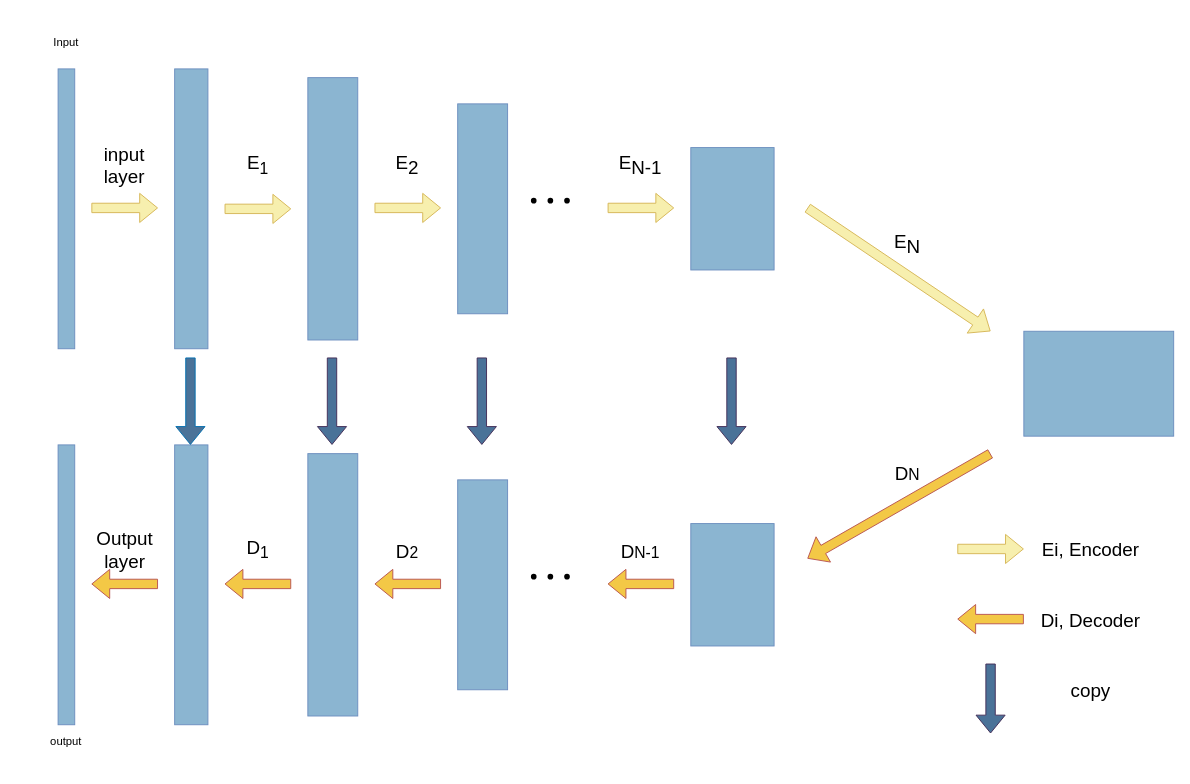
ppposition/Machine_Learn_discussion keeps this draw.io diagram as unet_simple.drawio. Above is the earlier version. Source tidied: cells renumbered, new cells numbered last; positions are measured from the earlier drawing's top-left corner, leaving out a move shared by most shapes. Both pictures are drawn from the tidied source at 94%, with x=0, y=0 at pixel (16, 16).
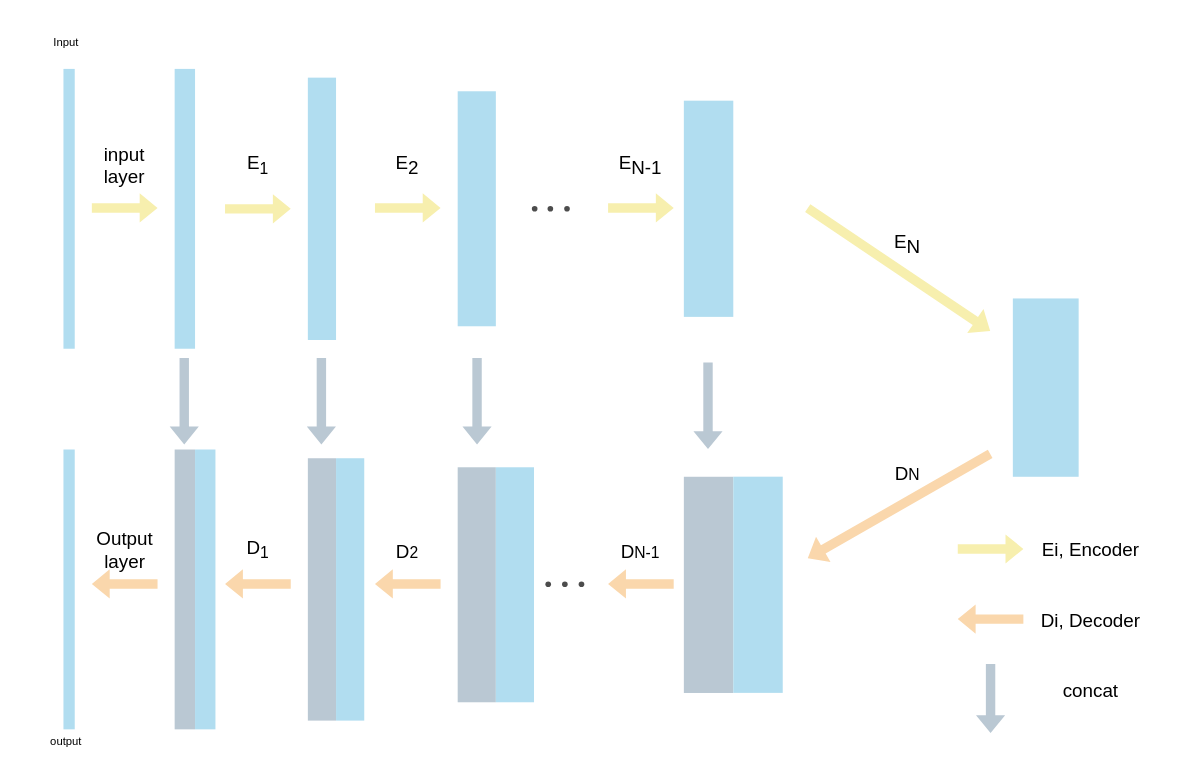
Above is the later version.

The edit, as a diff of the source:
```diff
@@
-    <mxCell id="2" style="rounded=0;whiteSpace=wrap;html=1;fillColor=#8BB5D1;strokeColor=#6c8ebf;" parent="1" vertex="1">
-      <mxGeometry x="168.3" y="55.8" width="35.4" height="297.7" as="geometry" />
+    <mxCell id="2" style="rounded=0;whiteSpace=wrap;html=1;fillColor=#b1ddf0;strokeColor=none;align=center;verticalAlign=middle;fontFamily=Helvetica;fontSize=12;fontColor=default;" parent="1" vertex="1">
+      <mxGeometry x="168.3" y="55.8" width="21.7" height="297.7" as="geometry" />
     </mxCell>
@@
-    <mxCell id="4" style="rounded=0;whiteSpace=wrap;html=1;fillColor=#8BB5D1;strokeColor=#6c8ebf;" parent="1" vertex="1">
-      <mxGeometry x="310" y="65.1" width="53.1" height="279.1" as="geometry" />
+    <mxCell id="4" style="rounded=0;whiteSpace=wrap;html=1;fillColor=#b1ddf0;strokeColor=none;align=center;verticalAlign=middle;fontFamily=Helvetica;fontSize=12;fontColor=default;" parent="1" vertex="1">
+      <mxGeometry x="310" y="65.1" width="30" height="279.1" as="geometry" />
     </mxCell>
-    <mxCell id="5" style="rounded=0;whiteSpace=wrap;html=1;fillColor=#8BB5D1;strokeColor=#6c8ebf;" parent="1" vertex="1">
-      <mxGeometry x="469.4" y="93" width="53.1" height="223.3" as="geometry" />
+    <mxCell id="5" style="rounded=0;whiteSpace=wrap;html=1;fillColor=#b1ddf0;strokeColor=none;" parent="1" vertex="1">
+      <mxGeometry x="469.4" y="79.6" width="40.6" height="250" as="geometry" />
     </mxCell>
-    <mxCell id="6" style="shape=flexArrow;endArrow=classic;html=1;rounded=0;fillColor=#F7EFAE;strokeColor=#d6b656;" parent="1" edge="1">
+    <mxCell id="6" style="shape=flexArrow;endArrow=classic;html=1;rounded=0;fillColor=#F7EFAE;strokeColor=none;" parent="1" edge="1">
       <mxGeometry relative="1" as="geometry">
         <mxPoint x="221.4" y="204.7" as="sourcePoint" />
         <mxPoint x="292.3" y="204.7" as="targetPoint" />
       </mxGeometry>
     </mxCell>
-    <mxCell id="7" style="shape=flexArrow;endArrow=classic;html=1;rounded=0;fillColor=#F7EFAE;strokeColor=#d6b656;" parent="1" edge="1">
+    <mxCell id="7" style="shape=flexArrow;endArrow=classic;html=1;rounded=0;fillColor=#F7EFAE;strokeColor=none;" parent="1" edge="1">
       <mxGeometry relative="1" as="geometry">
         <mxPoint x="380.9" y="203.7" as="sourcePoint" />
         <mxPoint x="451.7" y="203.7" as="targetPoint" />
       </mxGeometry>
     </mxCell>
-    <mxCell id="8" style="shape=waypoint;sketch=0;fillStyle=solid;size=6;fillColor=none;perimeter=centerPerimeter;" parent="1" vertex="1">
-      <mxGeometry x="575.7" y="186" width="20" height="20" as="geometry" />
+    <mxCell id="8" style="shape=waypoint;sketch=0;fillStyle=solid;size=6;fillColor=none;perimeter=centerPerimeter;opacity=70;strokeColor=default;align=center;verticalAlign=middle;fontFamily=Helvetica;fontSize=12;fontColor=default;" parent="1" vertex="1">
+      <mxGeometry x="575.7" y="194.6" width="20" height="20" as="geometry" />
     </mxCell>
-    <mxCell id="9" style="shape=waypoint;sketch=0;fillStyle=solid;size=6;fillColor=none;perimeter=centerPerimeter;" parent="1" vertex="1">
-      <mxGeometry x="558" y="186" width="20" height="20" as="geometry" />
+    <mxCell id="9" style="shape=waypoint;sketch=0;fillStyle=solid;size=6;fillColor=none;perimeter=centerPerimeter;opacity=70;strokeColor=default;align=center;verticalAlign=middle;fontFamily=Helvetica;fontSize=12;fontColor=default;" parent="1" vertex="1">
+      <mxGeometry x="558" y="194.6" width="20" height="20" as="geometry" />
     </mxCell>
-    <mxCell id="10" style="shape=waypoint;sketch=0;fillStyle=solid;size=6;fillColor=none;perimeter=centerPerimeter;" parent="1" vertex="1">
-      <mxGeometry x="540.3" y="186" width="20" height="20" as="geometry" />
+    <mxCell id="10" style="shape=waypoint;sketch=0;fillStyle=solid;size=6;fillColor=none;perimeter=centerPerimeter;opacity=70;" parent="1" vertex="1">
+      <mxGeometry x="541.3" y="194.6" width="20" height="20" as="geometry" />
     </mxCell>
-    <mxCell id="11" style="shape=flexArrow;endArrow=classic;html=1;rounded=0;fillColor=#F7EFAE;strokeColor=#d6b656;" parent="1" edge="1">
+    <mxCell id="11" style="shape=flexArrow;endArrow=classic;html=1;rounded=0;fillColor=#F7EFAE;strokeColor=none;" parent="1" edge="1">
       <mxGeometry relative="1" as="geometry">
         <mxPoint x="628.9" y="203.7" as="sourcePoint" />
         <mxPoint x="699.7" y="203.7" as="targetPoint" />
       </mxGeometry>
     </mxCell>
-    <mxCell id="12" style="rounded=0;whiteSpace=wrap;html=1;fillColor=#8BB5D1;strokeColor=#6c8ebf;" parent="1" vertex="1">
-      <mxGeometry x="717.4" y="139.5" width="88.6" height="130.2" as="geometry" />
+    <mxCell id="12" style="rounded=0;whiteSpace=wrap;html=1;fillColor=#b1ddf0;strokeColor=none;align=center;verticalAlign=middle;fontFamily=Helvetica;fontSize=12;fontColor=default;" parent="1" vertex="1">
+      <mxGeometry x="710" y="89.6" width="52.6" height="230" as="geometry" />
     </mxCell>
-    <mxCell id="13" style="shape=flexArrow;endArrow=classic;html=1;rounded=0;fillColor=#F7EFAE;strokeColor=#d6b656;" parent="1" edge="1">
+    <mxCell id="13" style="shape=flexArrow;endArrow=classic;html=1;rounded=0;fillColor=#F7EFAE;strokeColor=none;" parent="1" edge="1">
       <mxGeometry relative="1" as="geometry">
         <mxPoint x="841.4" y="203.7" as="sourcePoint" />
         <mxPoint x="1036.3" y="334.9" as="targetPoint" />
       </mxGeometry>
     </mxCell>
-    <mxCell id="14" style="rounded=0;whiteSpace=wrap;html=1;fillColor=#8BB5D1;strokeColor=#6c8ebf;" parent="1" vertex="1">
-      <mxGeometry x="1071.7" y="334.9" width="159.4" height="111.6" as="geometry" />
+    <mxCell id="14" style="rounded=0;whiteSpace=wrap;html=1;fillColor=#b1ddf0;strokeColor=none;align=center;verticalAlign=middle;fontFamily=Helvetica;fontSize=12;fontColor=default;gradientColor=none;" parent="1" vertex="1">
+      <mxGeometry x="1060" y="300" width="70" height="189.7" as="geometry" />
     </mxCell>
-    <mxCell id="15" style="shape=flexArrow;endArrow=classic;html=1;rounded=0;fillColor=#F3C846;strokeColor=#b85450;" parent="1" edge="1">
+    <mxCell id="15" style="shape=flexArrow;endArrow=classic;html=1;rounded=0;fillColor=#fad7ac;strokeColor=none;" parent="1" edge="1">
       <mxGeometry relative="1" as="geometry">
         <mxPoint x="1036.3" y="465.1" as="sourcePoint" />
         <mxPoint x="841.4" y="576.7" as="targetPoint" />
       </mxGeometry>
     </mxCell>
-    <mxCell id="16" style="rounded=0;whiteSpace=wrap;html=1;fillColor=#8BB5D1;strokeColor=#6c8ebf;" parent="1" vertex="1">
-      <mxGeometry x="717.4" y="539.5" width="88.6" height="130.2" as="geometry" />
-    </mxCell>
-    <mxCell id="17" style="rounded=0;whiteSpace=wrap;html=1;fillColor=#8BB5D1;strokeColor=#6c8ebf;" parent="1" vertex="1">
-      <mxGeometry x="469.4" y="493" width="53.1" height="223.3" as="geometry" />
-    </mxCell>
-    <mxCell id="18" style="rounded=0;whiteSpace=wrap;html=1;fillColor=#8BB5D1;strokeColor=#6c8ebf;" parent="1" vertex="1">
-      <mxGeometry x="310" y="465.1" width="53.1" height="279.1" as="geometry" />
-    </mxCell>
-    <mxCell id="19" style="rounded=0;whiteSpace=wrap;html=1;fillColor=#8BB5D1;strokeColor=#6c8ebf;" parent="1" vertex="1">
-      <mxGeometry x="168.3" y="455.8" width="35.4" height="297.7" as="geometry" />
-    </mxCell>
@@
-    <mxCell id="21" style="shape=flexArrow;endArrow=classic;html=1;rounded=0;fillColor=#F3C846;strokeColor=#b85450;" parent="1" edge="1">
+    <mxCell id="21" style="shape=flexArrow;endArrow=classic;html=1;rounded=0;fillColor=#fad7ac;strokeColor=none;align=center;verticalAlign=middle;fontFamily=Helvetica;fontSize=11;fontColor=default;labelBackgroundColor=default;" parent="1" edge="1">
       <mxGeometry relative="1" as="geometry">
         <mxPoint x="451.7" y="603.7" as="sourcePoint" />
         <mxPoint x="380.9" y="603.7" as="targetPoint" />
       </mxGeometry>
     </mxCell>
-    <mxCell id="22" style="shape=flexArrow;endArrow=classic;html=1;rounded=0;fillColor=#F3C846;strokeColor=#b85450;" parent="1" edge="1">
+    <mxCell id="22" style="shape=flexArrow;endArrow=classic;html=1;rounded=0;fillColor=#fad7ac;strokeColor=none;align=center;verticalAlign=middle;fontFamily=Helvetica;fontSize=11;fontColor=default;labelBackgroundColor=default;" parent="1" edge="1">
       <mxGeometry relative="1" as="geometry">
         <mxPoint x="292.3" y="603.7" as="sourcePoint" />
         <mxPoint x="221.4" y="603.7" as="targetPoint" />
       </mxGeometry>
     </mxCell>
-    <mxCell id="23" style="shape=waypoint;sketch=0;fillStyle=solid;size=6;fillColor=none;perimeter=centerPerimeter;" parent="1" vertex="1">
-      <mxGeometry x="575.7" y="586" width="20" height="20" as="geometry" />
+    <mxCell id="23" style="shape=waypoint;sketch=0;fillStyle=solid;size=6;fillColor=none;perimeter=centerPerimeter;opacity=70;strokeColor=default;align=center;verticalAlign=middle;fontFamily=Helvetica;fontSize=12;fontColor=default;" parent="1" vertex="1">
+      <mxGeometry x="591.1" y="594" width="20" height="20" as="geometry" />
     </mxCell>
-    <mxCell id="24" style="shape=waypoint;sketch=0;fillStyle=solid;size=6;fillColor=none;perimeter=centerPerimeter;" parent="1" vertex="1">
-      <mxGeometry x="558" y="586" width="20" height="20" as="geometry" />
+    <mxCell id="24" style="shape=waypoint;sketch=0;fillStyle=solid;size=6;fillColor=none;perimeter=centerPerimeter;opacity=70;strokeColor=default;align=center;verticalAlign=middle;fontFamily=Helvetica;fontSize=12;fontColor=default;" parent="1" vertex="1">
+      <mxGeometry x="573.4" y="594" width="20" height="20" as="geometry" />
     </mxCell>
-    <mxCell id="25" style="shape=waypoint;sketch=0;fillStyle=solid;size=6;fillColor=none;perimeter=centerPerimeter;" parent="1" vertex="1">
-      <mxGeometry x="540.3" y="586" width="20" height="20" as="geometry" />
+    <mxCell id="25" style="shape=waypoint;sketch=0;fillStyle=solid;size=6;fillColor=none;perimeter=centerPerimeter;opacity=70;strokeColor=default;align=center;verticalAlign=middle;fontFamily=Helvetica;fontSize=12;fontColor=default;" parent="1" vertex="1">
+      <mxGeometry x="555.7" y="594" width="20" height="20" as="geometry" />
     </mxCell>
-    <mxCell id="26" style="shape=flexArrow;endArrow=classic;html=1;rounded=0;fillColor=#F3C846;strokeColor=#b85450;" parent="1" edge="1">
+    <mxCell id="26" style="shape=flexArrow;endArrow=classic;html=1;rounded=0;fillColor=#fad7ac;strokeColor=none;align=center;verticalAlign=middle;fontFamily=Helvetica;fontSize=11;fontColor=default;labelBackgroundColor=default;" parent="1" edge="1">
       <mxGeometry relative="1" as="geometry">
         <mxPoint x="699.7" y="603.7" as="sourcePoint" />
         <mxPoint x="628.9" y="603.7" as="targetPoint" />
       </mxGeometry>
     </mxCell>
-    <mxCell id="27" style="shape=flexArrow;endArrow=classic;html=1;rounded=0;fillColor=#F3C846;strokeColor=#b85450;" parent="1" edge="1">
+    <mxCell id="27" style="shape=flexArrow;endArrow=classic;html=1;rounded=0;fillColor=#fad7ac;strokeColor=none;align=center;verticalAlign=middle;fontFamily=Helvetica;fontSize=11;fontColor=default;labelBackgroundColor=default;" parent="1" edge="1">
       <mxGeometry relative="1" as="geometry">
         <mxPoint x="150.6" y="603.7" as="sourcePoint" />
         <mxPoint x="79.7" y="603.7" as="targetPoint" />
       </mxGeometry>
     </mxCell>
-    <mxCell id="28" style="rounded=0;whiteSpace=wrap;html=1;fillColor=#8BB5D1;strokeColor=#6c8ebf;" parent="1" vertex="1">
-      <mxGeometry x="44.3" y="455.8" width="17.7" height="297.7" as="geometry" />
-    </mxCell>
-    <mxCell id="29" style="shape=flexArrow;endArrow=classic;html=1;rounded=0;fillColor=#4A7298;strokeColor=#432D57;" parent="1" edge="1">
+    <mxCell id="29" style="shape=flexArrow;endArrow=classic;html=1;rounded=0;fillColor=#bac8d3;strokeColor=none;" parent="1" edge="1">
       <mxGeometry relative="1" as="geometry">
-        <mxPoint x="760.7" y="362.8" as="sourcePoint" />
-        <mxPoint x="760.7" y="455.8" as="targetPoint" />
+        <mxPoint x="735.7" y="367.7" as="sourcePoint" />
+        <mxPoint x="735.7" y="460.7" as="targetPoint" />
       </mxGeometry>
     </mxCell>
-    <mxCell id="30" style="shape=flexArrow;endArrow=classic;html=1;rounded=0;fillColor=#4A7298;strokeColor=#432D57;" parent="1" edge="1">
+    <mxCell id="30" style="shape=flexArrow;endArrow=classic;html=1;rounded=0;fillColor=#bac8d3;strokeColor=none;align=center;verticalAlign=middle;fontFamily=Helvetica;fontSize=11;fontColor=default;labelBackgroundColor=default;gradientColor=none;" parent="1" edge="1">
       <mxGeometry relative="1" as="geometry">
-        <mxPoint x="335.7" y="362.8" as="sourcePoint" />
-        <mxPoint x="335.7" y="455.8" as="targetPoint" />
+        <mxPoint x="324.4" y="362.8" as="sourcePoint" />
+        <mxPoint x="324.4" y="455.8" as="targetPoint" />
       </mxGeometry>
     </mxCell>
-    <mxCell id="31" style="shape=flexArrow;endArrow=classic;html=1;rounded=0;fillColor=#4A7298;strokeColor=#006EAF;" parent="1" edge="1">
+    <mxCell id="31" style="shape=flexArrow;endArrow=classic;html=1;rounded=0;fillColor=#bac8d3;strokeColor=none;align=center;verticalAlign=middle;fontFamily=Helvetica;fontSize=11;fontColor=default;labelBackgroundColor=default;gradientColor=none;" parent="1" edge="1">
       <mxGeometry relative="1" as="geometry">
-        <mxPoint x="185.1" y="362.8" as="sourcePoint" />
-        <mxPoint x="185.1" y="455.8" as="targetPoint" />
+        <mxPoint x="178.5" y="362.8" as="sourcePoint" />
+        <mxPoint x="178.5" y="455.8" as="targetPoint" />
       </mxGeometry>
     </mxCell>
-    <mxCell id="32" style="shape=flexArrow;endArrow=classic;html=1;rounded=0;fillColor=#4A7298;strokeColor=#432D57;" parent="1" edge="1">
+    <mxCell id="32" style="shape=flexArrow;endArrow=classic;html=1;rounded=0;fillColor=#bac8d3;strokeColor=none;align=center;verticalAlign=middle;fontFamily=Helvetica;fontSize=11;fontColor=default;labelBackgroundColor=default;gradientColor=none;" parent="1" edge="1">
       <mxGeometry relative="1" as="geometry">
-        <mxPoint x="495.1" y="362.8" as="sourcePoint" />
-        <mxPoint x="495.1" y="455.8" as="targetPoint" />
+        <mxPoint x="490" y="362.8" as="sourcePoint" />
+        <mxPoint x="490" y="455.8" as="targetPoint" />
       </mxGeometry>
     </mxCell>
@@
-    <mxCell id="39" value="&lt;span style=&quot;font-size: 20px;&quot;&gt;&lt;span style=&quot;vertical-align: sub; font-size: 20px;&quot;&gt;D&lt;/span&gt;&lt;sub&gt;2&lt;/sub&gt;&lt;/span&gt;" style="text;html=1;align=center;verticalAlign=middle;whiteSpace=wrap;rounded=0;fontSize=20;" parent="1" vertex="1">
+    <mxCell id="39" value="&lt;span style=&quot;font-size: 20px;&quot;&gt;&lt;span style=&quot;vertical-align: sub; font-size: 20px;&quot;&gt;D&lt;/span&gt;&lt;sub&gt;2&lt;/sub&gt;&lt;/span&gt;" style="text;html=1;align=center;verticalAlign=middle;whiteSpace=wrap;rounded=0;fontSize=12;fontFamily=Helvetica;fontColor=default;" parent="1" vertex="1">
       <mxGeometry x="363.1" y="539.5" width="106.3" height="55.8" as="geometry" />
     </mxCell>
@@
-    <mxCell id="42" style="shape=flexArrow;endArrow=classic;html=1;rounded=0;fillColor=#F7EFAE;strokeColor=#d6b656;" parent="1" edge="1">
+    <mxCell id="42" style="shape=flexArrow;endArrow=classic;html=1;rounded=0;fillColor=#F7EFAE;strokeColor=none;" parent="1" edge="1">
       <mxGeometry relative="1" as="geometry">
         <mxPoint x="1000.9" y="566.5" as="sourcePoint" />
         <mxPoint x="1071.7" y="566.5" as="targetPoint" />
       </mxGeometry>
     </mxCell>
@@
-    <mxCell id="45" style="shape=flexArrow;endArrow=classic;html=1;rounded=0;fillColor=#F3C846;strokeColor=#b85450;" parent="1" edge="1">
+    <mxCell id="45" style="shape=flexArrow;endArrow=classic;html=1;rounded=0;fillColor=#fad7ac;strokeColor=none;align=center;verticalAlign=middle;fontFamily=Helvetica;fontSize=11;fontColor=default;labelBackgroundColor=default;" parent="1" edge="1">
       <mxGeometry relative="1" as="geometry">
         <mxPoint x="1071.7" y="641.1" as="sourcePoint" />
         <mxPoint x="1000.9" y="641.1" as="targetPoint" />
       </mxGeometry>
     </mxCell>
-    <mxCell id="46" style="shape=flexArrow;endArrow=classic;html=1;rounded=0;fillColor=#4A7298;strokeColor=#432D57;" parent="1" edge="1">
+    <mxCell id="46" style="shape=flexArrow;endArrow=classic;html=1;rounded=0;fillColor=#bac8d3;strokeColor=none;align=center;verticalAlign=middle;fontFamily=Helvetica;fontSize=11;fontColor=default;labelBackgroundColor=default;gradientColor=none;" parent="1" edge="1">
       <mxGeometry relative="1" as="geometry">
         <mxPoint x="1036.3" y="688.4" as="sourcePoint" />
         <mxPoint x="1036.3" y="762.8" as="targetPoint" />
       </mxGeometry>
     </mxCell>
-    <mxCell id="47" value="copy" style="text;html=1;align=center;verticalAlign=middle;whiteSpace=wrap;rounded=0;labelPosition=center;verticalLabelPosition=middle;fontSize=20;" parent="1" vertex="1">
+    <mxCell id="47" value="concat" style="text;html=1;align=center;verticalAlign=middle;whiteSpace=wrap;rounded=0;labelPosition=center;verticalLabelPosition=middle;fontSize=20;" parent="1" vertex="1">
       <mxGeometry x="1071.7" y="688.4" width="141.7" height="55.8" as="geometry" />
     </mxCell>
-    <mxCell id="48" style="rounded=0;whiteSpace=wrap;html=1;fillColor=#8BB5D1;strokeColor=#6c8ebf;" parent="1" vertex="1">
-      <mxGeometry x="44.3" y="55.8" width="17.7" height="297.7" as="geometry" />
+    <mxCell id="48" style="rounded=0;whiteSpace=wrap;html=1;fillColor=#b1ddf0;strokeColor=none;align=center;verticalAlign=middle;fontFamily=Helvetica;fontSize=12;fontColor=default;" parent="1" vertex="1">
+      <mxGeometry x="50" y="55.8" width="12" height="297.7" as="geometry" />
     </mxCell>
-    <mxCell id="49" style="shape=flexArrow;endArrow=classic;html=1;rounded=0;fillColor=#F7EFAE;strokeColor=#d6b656;" parent="1" edge="1">
+    <mxCell id="49" style="endArrow=block;html=1;rounded=0;fillColor=#F7EFAE;strokeColor=none;shape=flexArrow;" parent="1" edge="1">
       <mxGeometry relative="1" as="geometry">
         <mxPoint x="79.7" y="203.7" as="sourcePoint" />
         <mxPoint x="150.6" y="203.7" as="targetPoint" />
       </mxGeometry>
     </mxCell>
@@
+    <mxCell id="51" style="rounded=0;whiteSpace=wrap;html=1;fillColor=#bac8d3;strokeColor=none;align=center;verticalAlign=middle;fontFamily=Helvetica;fontSize=12;fontColor=default;" parent="1" vertex="1">
+      <mxGeometry x="469.4" y="479.6" width="40.6" height="250" as="geometry" />
+    </mxCell>
+    <mxCell id="52" style="rounded=0;whiteSpace=wrap;html=1;fillColor=#b1ddf0;strokeColor=none;" parent="1" vertex="1">
+      <mxGeometry x="510" y="479.6" width="40.6" height="250" as="geometry" />
+    </mxCell>
+    <mxCell id="53" style="rounded=0;whiteSpace=wrap;html=1;fillColor=#bac8d3;strokeColor=none;align=center;verticalAlign=middle;fontFamily=Helvetica;fontSize=12;fontColor=default;" parent="1" vertex="1">
+      <mxGeometry x="310" y="470" width="30" height="279.1" as="geometry" />
+    </mxCell>
+    <mxCell id="54" style="rounded=0;whiteSpace=wrap;html=1;fillColor=#bac8d3;strokeColor=none;align=center;verticalAlign=middle;fontFamily=Helvetica;fontSize=12;fontColor=default;" parent="1" vertex="1">
+      <mxGeometry x="168.3" y="460.7" width="21.7" height="297.7" as="geometry" />
+    </mxCell>
+    <mxCell id="55" style="rounded=0;whiteSpace=wrap;html=1;fillColor=#b1ddf0;strokeColor=none;align=center;verticalAlign=middle;fontFamily=Helvetica;fontSize=12;fontColor=default;" parent="1" vertex="1">
+      <mxGeometry x="50" y="460.7" width="12" height="297.7" as="geometry" />
+    </mxCell>
+    <mxCell id="56" style="rounded=0;whiteSpace=wrap;html=1;fillColor=#b1ddf0;strokeColor=none;align=center;verticalAlign=middle;fontFamily=Helvetica;fontSize=12;fontColor=default;" parent="1" vertex="1">
+      <mxGeometry x="190" y="460.7" width="21.7" height="297.7" as="geometry" />
+    </mxCell>
+    <mxCell id="57" style="rounded=0;whiteSpace=wrap;html=1;fillColor=#b1ddf0;strokeColor=none;align=center;verticalAlign=middle;fontFamily=Helvetica;fontSize=12;fontColor=default;" parent="1" vertex="1">
+      <mxGeometry x="340" y="470" width="30" height="279.1" as="geometry" />
+    </mxCell>
+    <mxCell id="58" style="rounded=0;whiteSpace=wrap;html=1;align=center;verticalAlign=middle;fontFamily=Helvetica;fontSize=12;fillColor=#bac8d3;strokeColor=none;" parent="1" vertex="1">
+      <mxGeometry x="710" y="489.7" width="52.6" height="230" as="geometry" />
+    </mxCell>
+    <mxCell id="59" style="rounded=0;whiteSpace=wrap;html=1;fillColor=#b1ddf0;strokeColor=none;align=center;verticalAlign=middle;fontFamily=Helvetica;fontSize=12;fontColor=default;" parent="1" vertex="1">
+      <mxGeometry x="762.6" y="489.6" width="52.6" height="230" as="geometry" />
+    </mxCell>
```
